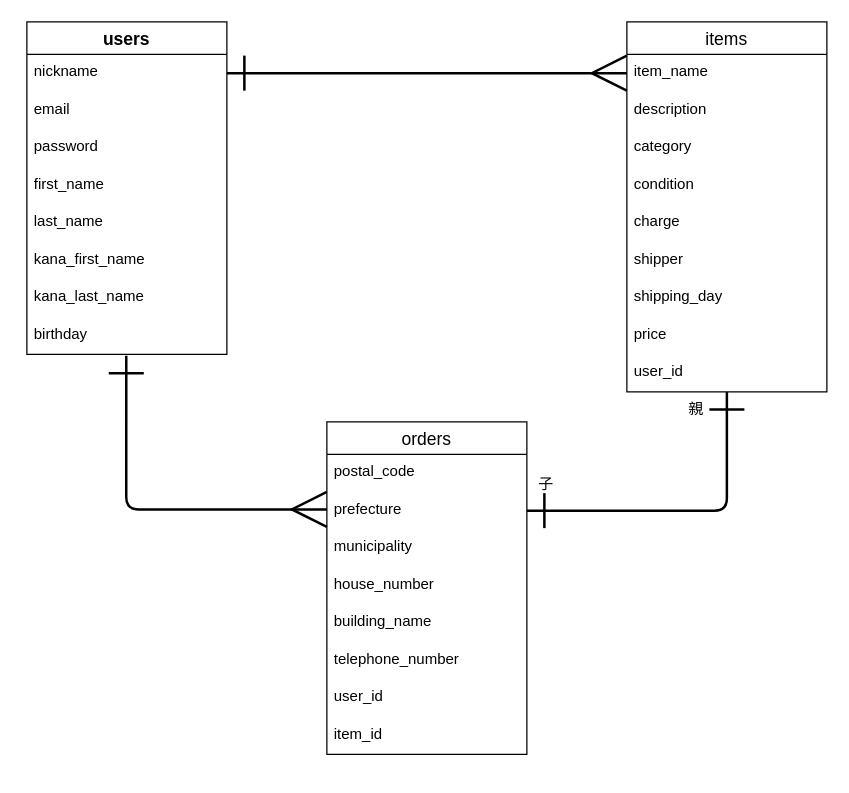
Before: furima.dio in malvart/furima-20973, a draw.io diagram. Source tidied: cells renumbered, new cells numbered last; positions are measured from the earlier drawing's top-left corner, leaving out a move shared by most shapes. Both pictures are drawn from the tidied source at 125%, with x=0, y=0 at pixel (26, 21).
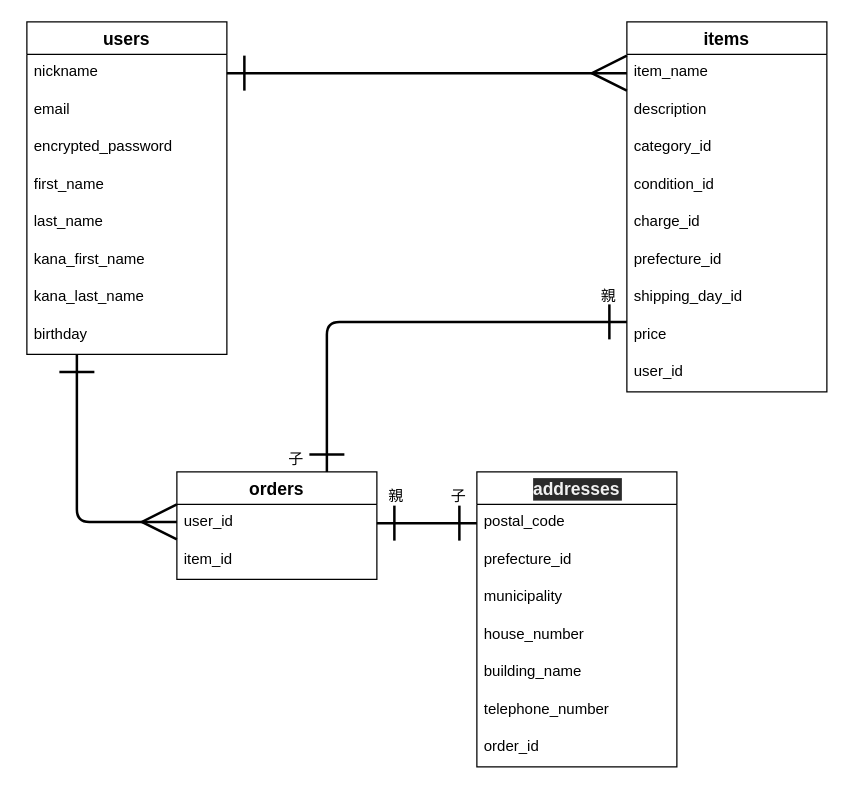
Above is the later version.

Commit message (it also covers changes not shown here):
ER図・READMEの修正1回目

The change refers to these unchanged cells:
```xml
<mxCell id="3" value="users" style="swimlane;fontStyle=1;horizontal=1;startSize=26;align=center;fontSize=14;" parent="1" vertex="1">
  <mxGeometry width="160" height="266" as="geometry" />
</mxCell>
<mxCell id="4" value="nickname" style="text;strokeColor=none;fillColor=none;spacingLeft=4;spacingRight=4;overflow=hidden;points=[[0,0.5],[1,0.5]];portConstraint=eastwest;fontSize=12;shadow=1;" parent="3" vertex="1">
  <mxGeometry y="26" width="160" height="30" as="geometry" />
</mxCell>
<mxCell id="11" value="birthday" style="text;strokeColor=none;fillColor=none;spacingLeft=4;spacingRight=4;overflow=hidden;points=[[0,0.5],[1,0.5]];portConstraint=eastwest;fontSize=12;" parent="3" vertex="1">
  <mxGeometry y="236" width="160" height="30" as="geometry" />
</mxCell>
<mxCell id="14" value="item_name" style="text;strokeColor=none;fillColor=none;spacingLeft=4;spacingRight=4;overflow=hidden;points=[[0,0.5],[1,0.5]];portConstraint=eastwest;fontSize=12;" parent="13" vertex="1">
  <mxGeometry y="26" width="160" height="30" as="geometry" />
</mxCell>
<mxCell id="21" value="price" style="text;strokeColor=none;fillColor=none;spacingLeft=4;spacingRight=4;overflow=hidden;points=[[0,0.5],[1,0.5]];portConstraint=eastwest;fontSize=12;" parent="13" vertex="1">
  <mxGeometry y="236" width="160" height="30" as="geometry" />
</mxCell>
```

The edit, as a diff of the source:
```diff
@@
-    <mxCell id="2" style="edgeStyle=none;html=1;exitX=1;exitY=0.5;exitDx=0;exitDy=0;entryX=0;entryY=0.5;entryDx=0;entryDy=0;endArrow=ERmany;endFill=0;startArrow=ERone;startFill=0;strokeWidth=2;targetPerimeterSpacing=0;endSize=25;startSize=25;jumpSize=16;jumpStyle=none;sourcePerimeterSpacing=0;" parent="1" edge="1" source="4" target="14">
+    <mxCell id="2" style="edgeStyle=none;html=1;endArrow=ERmany;endFill=0;startArrow=ERone;startFill=0;strokeWidth=2;targetPerimeterSpacing=0;endSize=25;startSize=25;jumpSize=16;jumpStyle=none;sourcePerimeterSpacing=0;" parent="1" edge="1" source="4" target="14">
       <mxGeometry relative="1" as="geometry" />
     </mxCell>
@@
-    <mxCell id="6" value="password" style="text;strokeColor=none;fillColor=none;spacingLeft=4;spacingRight=4;overflow=hidden;fontSize=12;" parent="3" vertex="1">
+    <mxCell id="6" value="encrypted_password" style="text;strokeColor=none;fillColor=none;spacingLeft=4;spacingRight=4;overflow=hidden;fontSize=12;" parent="3" vertex="1">
       <mxGeometry y="86" width="160" height="30" as="geometry" />
     </mxCell>
@@
-    <mxCell id="12" style="edgeStyle=orthogonalEdgeStyle;html=1;entryX=1;entryY=0.5;entryDx=0;entryDy=0;strokeWidth=2;endArrow=ERone;endFill=0;startArrow=ERone;startFill=0;endSize=25;startSize=25;exitX=0.5;exitY=1;exitDx=0;exitDy=0;" parent="1" edge="1" source="13" target="26">
+    <mxCell id="12" style="edgeStyle=orthogonalEdgeStyle;html=1;strokeWidth=2;endArrow=ERone;endFill=0;startArrow=ERone;startFill=0;endSize=25;startSize=25;entryX=0.75;entryY=0;entryDx=0;entryDy=0;" parent="1" edge="1" source="21" target="24">
       <mxGeometry relative="1" as="geometry">
         <Array as="points">
-          <mxPoint x="560" y="391" />
+          <mxPoint x="240" y="240" />
         </Array>
       </mxGeometry>
     </mxCell>
-    <mxCell id="13" value="items" style="swimlane;fontStyle=0;horizontal=1;startSize=26;align=center;fontSize=14;" parent="1" vertex="1">
+    <mxCell id="13" value="items" style="swimlane;fontStyle=1;horizontal=1;startSize=26;align=center;fontSize=14;" parent="1" vertex="1">
       <mxGeometry x="480" width="160" height="296" as="geometry" />
     </mxCell>
@@
-    <mxCell id="16" value="category" style="text;strokeColor=none;fillColor=none;spacingLeft=4;spacingRight=4;overflow=hidden;fontSize=12;" parent="13" vertex="1">
+    <mxCell id="16" value="category_id" style="text;strokeColor=none;fillColor=none;spacingLeft=4;spacingRight=4;overflow=hidden;fontSize=12;" parent="13" vertex="1">
       <mxGeometry y="86" width="160" height="30" as="geometry" />
     </mxCell>
-    <mxCell id="17" value="condition" style="text;strokeColor=none;fillColor=none;spacingLeft=4;spacingRight=4;overflow=hidden;fontSize=12;" parent="13" vertex="1">
+    <mxCell id="17" value="condition_id" style="text;strokeColor=none;fillColor=none;spacingLeft=4;spacingRight=4;overflow=hidden;fontSize=12;" parent="13" vertex="1">
       <mxGeometry y="116" width="160" height="30" as="geometry" />
     </mxCell>
-    <mxCell id="18" value="charge" style="text;strokeColor=none;fillColor=none;spacingLeft=4;spacingRight=4;overflow=hidden;fontSize=12;" parent="13" vertex="1">
+    <mxCell id="18" value="charge_id" style="text;strokeColor=none;fillColor=none;spacingLeft=4;spacingRight=4;overflow=hidden;fontSize=12;" parent="13" vertex="1">
       <mxGeometry y="146" width="160" height="30" as="geometry" />
     </mxCell>
-    <mxCell id="19" value="shipper" style="text;strokeColor=none;fillColor=none;spacingLeft=4;spacingRight=4;overflow=hidden;fontSize=12;" parent="13" vertex="1">
+    <mxCell id="19" value="prefecture_id" style="text;strokeColor=none;fillColor=none;spacingLeft=4;spacingRight=4;overflow=hidden;fontSize=12;" parent="13" vertex="1">
       <mxGeometry y="176" width="160" height="30" as="geometry" />
     </mxCell>
-    <mxCell id="20" value="shipping_day" style="text;strokeColor=none;fillColor=none;spacingLeft=4;spacingRight=4;overflow=hidden;fontSize=12;" parent="13" vertex="1">
+    <mxCell id="20" value="shipping_day_id" style="text;strokeColor=none;fillColor=none;spacingLeft=4;spacingRight=4;overflow=hidden;fontSize=12;" parent="13" vertex="1">
       <mxGeometry y="206" width="160" height="30" as="geometry" />
     </mxCell>
@@
-    <mxCell id="23" style="edgeStyle=orthogonalEdgeStyle;html=1;strokeWidth=2;endSize=25;startSize=25;endArrow=ERone;endFill=0;startArrow=ERmany;startFill=0;entryX=0.497;entryY=1.037;entryDx=0;entryDy=0;entryPerimeter=0;" parent="1" edge="1" source="26" target="11">
+    <mxCell id="23" style="edgeStyle=orthogonalEdgeStyle;html=1;strokeWidth=2;endSize=25;startSize=25;endArrow=ERone;endFill=0;startArrow=ERmany;startFill=0;" parent="1" edge="1" source="31" target="11">
       <mxGeometry relative="1" as="geometry">
         <Array as="points">
-          <mxPoint x="80" y="390" />
+          <mxPoint x="40" y="400" />
         </Array>
       </mxGeometry>
     </mxCell>
-    <mxCell id="24" value="orders" style="swimlane;fontStyle=0;horizontal=1;startSize=26;align=center;fontSize=14;" parent="1" vertex="1">
-      <mxGeometry x="240" y="320" width="160" height="266" as="geometry" />
+    <mxCell id="24" value="orders" style="swimlane;fontStyle=1;horizontal=1;startSize=26;align=center;fontSize=14;" parent="1" vertex="1">
+      <mxGeometry x="120" y="360" width="160" height="86" as="geometry" />
     </mxCell>
+    <mxCell id="31" value="user_id" style="text;strokeColor=none;fillColor=none;spacingLeft=4;spacingRight=4;overflow=hidden;points=[[0,0.5],[1,0.5]];portConstraint=eastwest;fontSize=12;" parent="24" vertex="1">
+      <mxGeometry y="26" width="160" height="30" as="geometry" />
+    </mxCell>
+    <mxCell id="32" value="item_id" style="text;strokeColor=none;fillColor=none;spacingLeft=4;spacingRight=4;overflow=hidden;fontSize=12;" parent="24" vertex="1">
+      <mxGeometry y="56" width="160" height="30" as="geometry" />
+    </mxCell>
+    <mxCell id="34" value="親" style="text;html=1;align=center;verticalAlign=middle;fillColor=none;strokeColor=none;rounded=0;shadow=1;" parent="1" vertex="1">
+      <mxGeometry x="450" y="210" width="30" height="20" as="geometry" />
+    </mxCell>
+    <mxCell id="35" value="子" style="text;html=1;align=center;verticalAlign=middle;fillColor=none;strokeColor=none;rounded=0;shadow=1;" parent="1" vertex="1">
+      <mxGeometry x="200" y="340" width="30" height="20" as="geometry" />
+    </mxCell>
+    <mxCell id="36" value="addresses" style="swimlane;fontStyle=1;horizontal=1;startSize=26;align=center;fontSize=14;labelBackgroundColor=#2A2A2A;fontColor=#F0F0F0;strokeColor=default;" parent="1" vertex="1">
+      <mxGeometry x="360" y="360" width="160" height="236" as="geometry" />
+    </mxCell>
-    <mxCell id="25" value="postal_code" style="text;strokeColor=none;fillColor=none;spacingLeft=4;spacingRight=4;overflow=hidden;points=[[0,0.5],[1,0.5]];portConstraint=eastwest;fontSize=12;" parent="24" vertex="1">
+    <mxCell id="25" value="postal_code" style="text;strokeColor=none;fillColor=none;spacingLeft=4;spacingRight=4;overflow=hidden;points=[[0,0.5],[1,0.5]];portConstraint=eastwest;fontSize=12;" parent="36" vertex="1">
       <mxGeometry y="26" width="160" height="30" as="geometry" />
     </mxCell>
-    <mxCell id="26" value="prefecture" style="text;strokeColor=none;fillColor=none;spacingLeft=4;spacingRight=4;overflow=hidden;points=[[0,0.5],[1,0.5]];portConstraint=eastwest;fontSize=12;" parent="24" vertex="1">
+    <mxCell id="26" value="prefecture_id" style="text;strokeColor=none;fillColor=none;spacingLeft=4;spacingRight=4;overflow=hidden;points=[[0,0.5],[1,0.5]];portConstraint=eastwest;fontSize=12;" parent="36" vertex="1">
       <mxGeometry y="56" width="160" height="30" as="geometry" />
     </mxCell>
-    <mxCell id="27" value="municipality" style="text;strokeColor=none;fillColor=none;spacingLeft=4;spacingRight=4;overflow=hidden;fontSize=12;" parent="24" vertex="1">
+    <mxCell id="27" value="municipality" style="text;strokeColor=none;fillColor=none;spacingLeft=4;spacingRight=4;overflow=hidden;fontSize=12;" parent="36" vertex="1">
       <mxGeometry y="86" width="160" height="30" as="geometry" />
     </mxCell>
-    <mxCell id="28" value="house_number" style="text;strokeColor=none;fillColor=none;spacingLeft=4;spacingRight=4;overflow=hidden;fontSize=12;" parent="24" vertex="1">
+    <mxCell id="28" value="house_number" style="text;strokeColor=none;fillColor=none;spacingLeft=4;spacingRight=4;overflow=hidden;fontSize=12;" parent="36" vertex="1">
       <mxGeometry y="116" width="160" height="30" as="geometry" />
     </mxCell>
-    <mxCell id="29" value="building_name" style="text;strokeColor=none;fillColor=none;spacingLeft=4;spacingRight=4;overflow=hidden;fontSize=12;" parent="24" vertex="1">
+    <mxCell id="29" value="building_name" style="text;strokeColor=none;fillColor=none;spacingLeft=4;spacingRight=4;overflow=hidden;fontSize=12;" parent="36" vertex="1">
       <mxGeometry y="146" width="160" height="30" as="geometry" />
     </mxCell>
-    <mxCell id="30" value="telephone_number" style="text;strokeColor=none;fillColor=none;spacingLeft=4;spacingRight=4;overflow=hidden;fontSize=12;" parent="24" vertex="1">
+    <mxCell id="30" value="telephone_number" style="text;strokeColor=none;fillColor=none;spacingLeft=4;spacingRight=4;overflow=hidden;fontSize=12;" parent="36" vertex="1">
       <mxGeometry y="176" width="160" height="30" as="geometry" />
     </mxCell>
-    <mxCell id="31" value="user_id" style="text;strokeColor=none;fillColor=none;spacingLeft=4;spacingRight=4;overflow=hidden;points=[[0,0.5],[1,0.5]];portConstraint=eastwest;fontSize=12;" parent="24" vertex="1">
-      <mxGeometry y="206" width="160" height="30" as="geometry" />
-    </mxCell>
-    <mxCell id="32" value="item_id" style="text;strokeColor=none;fillColor=none;spacingLeft=4;spacingRight=4;overflow=hidden;fontSize=12;" parent="24" vertex="1">
-      <mxGeometry y="236" width="160" height="30" as="geometry" />
-    </mxCell>
-    <mxCell id="33" style="text;strokeColor=none;fillColor=none;spacingLeft=4;spacingRight=4;overflow=hidden;fontSize=12;" parent="1" vertex="1">
-      <mxGeometry x="280" y="200" width="160" height="30" as="geometry" />
-    </mxCell>
-    <mxCell id="34" value="親" style="text;html=1;align=center;verticalAlign=middle;fillColor=none;strokeColor=none;rounded=0;shadow=1;" parent="1" vertex="1">
-      <mxGeometry x="520" y="300" width="30" height="20" as="geometry" />
-    </mxCell>
-    <mxCell id="35" value="子" style="text;html=1;align=center;verticalAlign=middle;fillColor=none;strokeColor=none;rounded=0;shadow=1;" parent="1" vertex="1">
-      <mxGeometry x="400" y="360" width="30" height="20" as="geometry" />
-    </mxCell>
+    <mxCell id="37" value="order_id" style="text;strokeColor=none;fillColor=none;spacingLeft=4;spacingRight=4;overflow=hidden;fontSize=12;" parent="36" vertex="1">
+      <mxGeometry y="206" width="160" height="30" as="geometry" />
+    </mxCell>
+    <mxCell id="38" style="edgeStyle=entityRelationEdgeStyle;fontSize=12;html=1;endArrow=ERone;endFill=1;labelBackgroundColor=#2A2A2A;fontColor=#F0F0F0;strokeColor=default;exitX=1;exitY=0.5;exitDx=0;exitDy=0;entryX=0;entryY=0.5;entryDx=0;entryDy=0;strokeWidth=2;startArrow=ERone;startFill=0;endSize=25;startSize=25;" parent="1" edge="1" source="31" target="25">
+      <mxGeometry relative="1" as="geometry" />
+    </mxCell>
+    <mxCell id="39" value="親" style="text;html=1;align=center;verticalAlign=middle;fillColor=none;strokeColor=none;rounded=0;shadow=1;" parent="1" vertex="1">
+      <mxGeometry x="280" y="370" width="30" height="20" as="geometry" />
+    </mxCell>
+    <mxCell id="40" value="子" style="text;html=1;align=center;verticalAlign=middle;fillColor=none;strokeColor=none;rounded=0;shadow=1;" parent="1" vertex="1">
+      <mxGeometry x="330" y="370" width="30" height="20" as="geometry" />
+    </mxCell>
```
